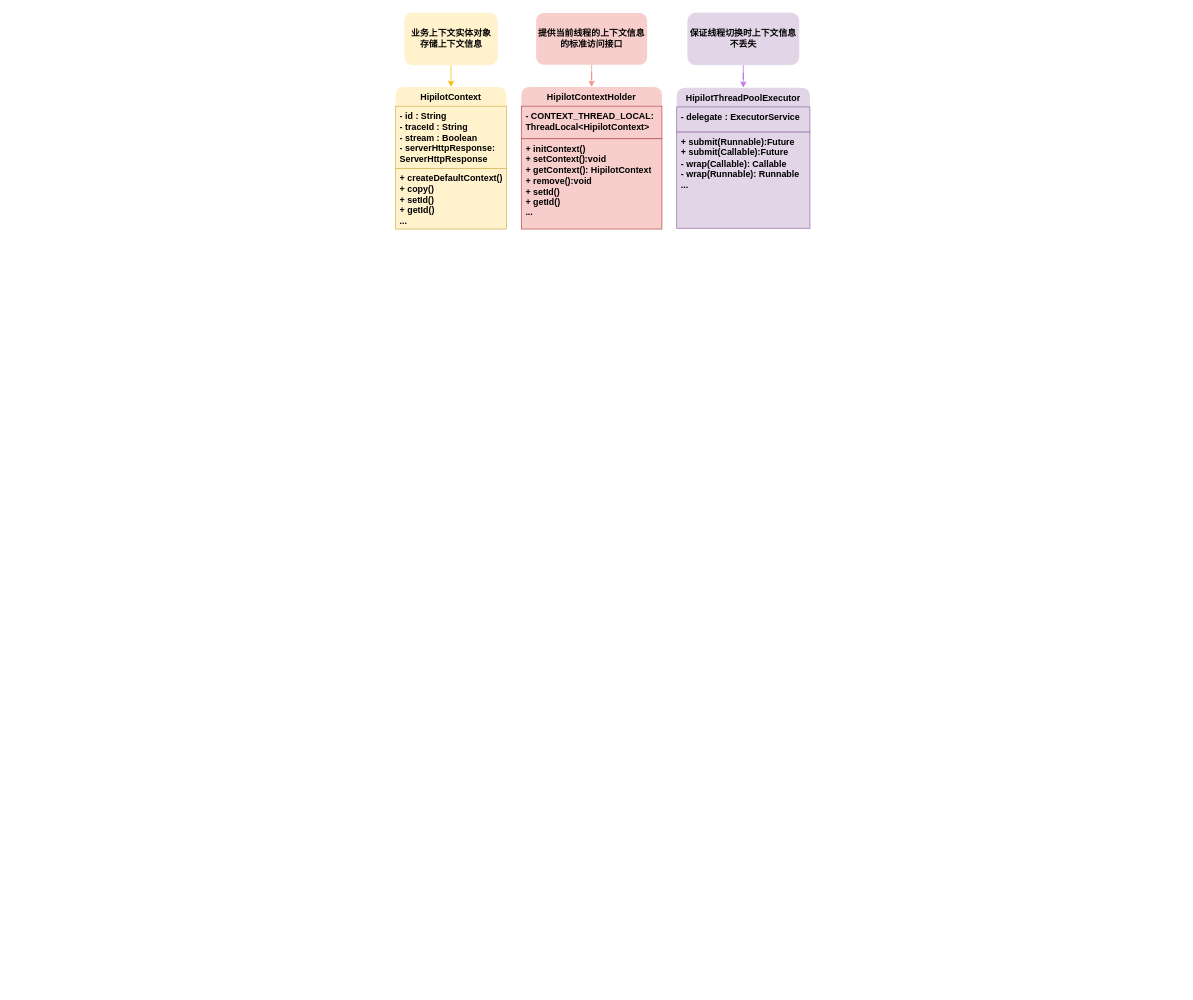
msb8080/my-diagrams keeps this draw.io diagram as aigc-hipilot设计.drawio. Above is the earlier version. Source tidied: cells renumbered, new cells numbered last; positions are measured from the earlier drawing's top-left corner, leaving out a move shared by most shapes. Both pictures are drawn from the tidied source at 74%, with x=0, y=0 at pixel (395, 13).
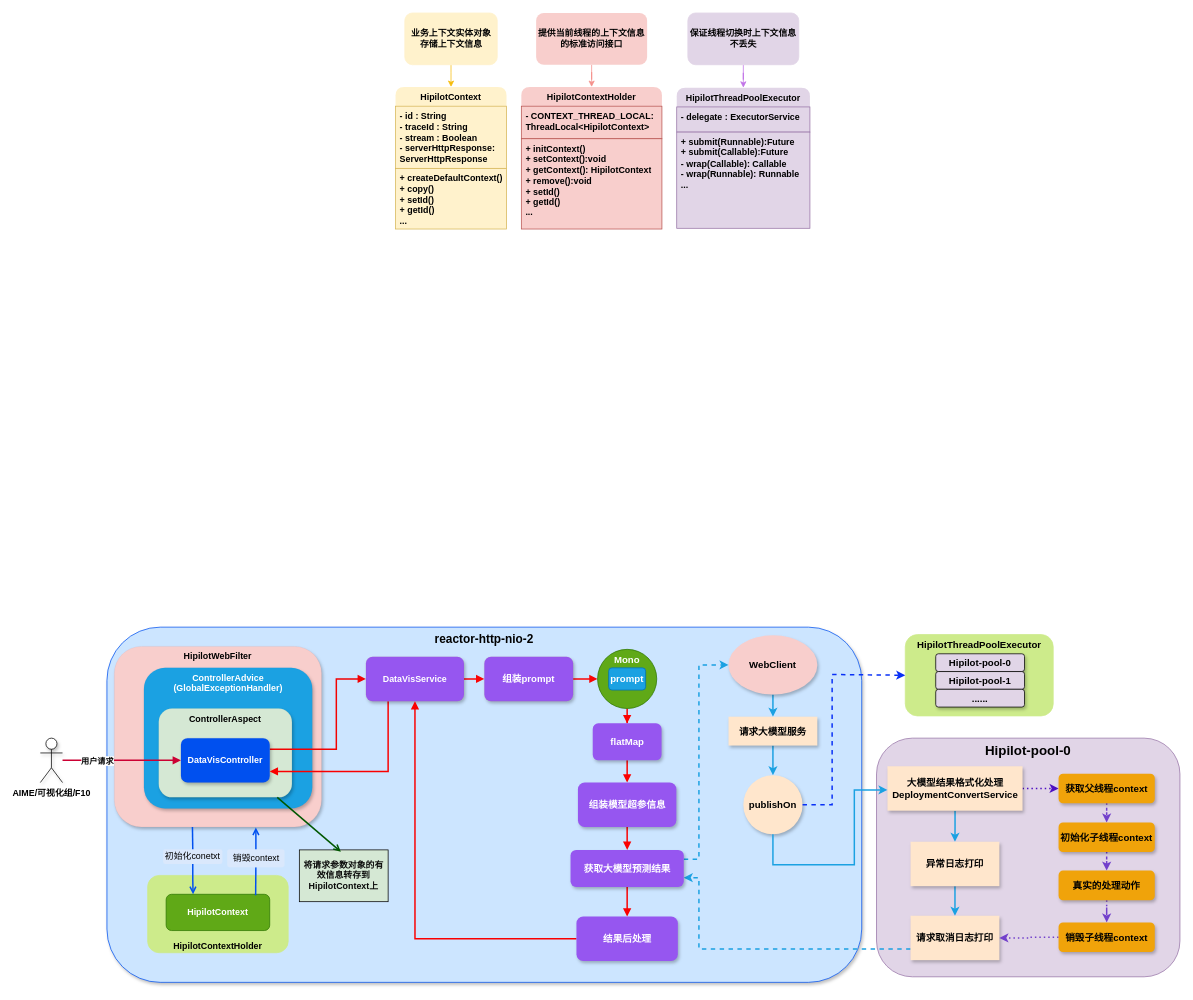
Above is the later version.

Unchanged cells that the change refers to:
```xml
<mxCell id="2" value="HipilotContext" style="swimlane;fontStyle=1;align=center;verticalAlign=top;horizontal=1;startSize=26;whiteSpace=wrap;html=1;fillColor=#fff2cc;strokeColor=none;rounded=1;" parent="1" vertex="1">
  <mxGeometry y="100" width="150" height="192" as="geometry" />
</mxCell>
<mxCell id="8" value="HipilotThreadPoolExecutor" style="swimlane;fontStyle=1;align=center;verticalAlign=top;horizontal=1;startSize=26;whiteSpace=wrap;html=1;fillColor=#e1d5e7;strokeColor=none;rounded=1;swimlaneLine=1;" parent="1" vertex="1">
  <mxGeometry x="380" y="101" width="180" height="190" as="geometry" />
</mxCell>
<mxCell id="12" value="业务上下文实体对象&lt;br&gt;存储上下文信息" style="rounded=1;whiteSpace=wrap;html=1;fillColor=#fff2cc;strokeColor=#fff2cc;shadow=0;fontStyle=1;" parent="1" vertex="1">
  <mxGeometry x="12.5" width="125" height="70" as="geometry" />
</mxCell>
<mxCell id="16" value="保证线程切换时上下文信息不丢失" style="rounded=1;whiteSpace=wrap;html=1;fillColor=#e1d5e7;strokeColor=#e1d5e7;shadow=0;fontStyle=1;" parent="1" vertex="1">
  <mxGeometry x="395" width="150" height="70" as="geometry" />
</mxCell>
```

Change to the diagram source:
```diff
@@
+    <mxCell id="17" value="Hipilot-pool-0" style="rounded=1;whiteSpace=wrap;html=1;verticalAlign=top;align=center;fontSize=18;fontStyle=1;fillColor=#e1d5e7;strokeColor=#9673a6;" parent="1" vertex="1">
+      <mxGeometry x="650" y="980" width="410" height="322.5" as="geometry" />
+    </mxCell>
+    <mxCell id="18" value="reactor-http-nio-2" style="rounded=1;whiteSpace=wrap;html=1;align=center;verticalAlign=top;fontSize=16;fontStyle=1;fillColor=#cce5ff;strokeColor=#0050ef;shadow=1;labelBackgroundColor=#cce5ff;" parent="1" vertex="1">
+      <mxGeometry x="-390" y="830" width="1020" height="480" as="geometry" />
+    </mxCell>
@@
-    <mxCell id="11" style="edgeStyle=orthogonalEdgeStyle;rounded=0;jettySize=auto;html=1;entryX=0.5;entryY=0;entryDx=0;entryDy=0;strokeColor=#f6bb09;" parent="1" edge="1" source="12" target="2">
+    <mxCell id="11" style="edgeStyle=orthogonalEdgeStyle;rounded=0;jettySize=auto;html=1;entryX=0.5;entryY=0;entryDx=0;entryDy=0;strokeColor=#f6bb09;fontStyle=1;" parent="1" edge="1" source="12" target="2">
       <mxGeometry relative="1" as="geometry">
         <Array as="points">
           <mxPoint x="75" y="80" />
           <mxPoint x="75" y="80" />
         </Array>
       </mxGeometry>
     </mxCell>
@@
-    <mxCell id="15" style="edgeStyle=orthogonalEdgeStyle;rounded=0;jettySize=auto;html=1;entryX=0.5;entryY=0;entryDx=0;entryDy=0;strokeColor=#c173e7;" parent="1" edge="1" source="16" target="8">
+    <mxCell id="15" style="edgeStyle=orthogonalEdgeStyle;rounded=0;jettySize=auto;html=1;entryX=0.5;entryY=0;entryDx=0;entryDy=0;strokeColor=#c173e7;fontStyle=1;" parent="1" edge="1" source="16" target="8">
       <mxGeometry relative="1" as="geometry" />
     </mxCell>
@@
+    <mxCell id="19" value="HipilotWebFilter" style="rounded=1;whiteSpace=wrap;html=1;fillColor=#f8cecc;strokeColor=#b85450;verticalAlign=top;strokeWidth=0;dashed=1;fontStyle=1;shadow=1;" parent="1" vertex="1">
+      <mxGeometry x="-380" y="856" width="280" height="244" as="geometry" />
+    </mxCell>
+    <mxCell id="20" value="AIME/可视化组/F10" style="shape=umlActor;verticalLabelPosition=bottom;verticalAlign=top;html=1;outlineConnect=0;fontStyle=1;shadow=1;" parent="1" vertex="1">
+      <mxGeometry x="-480" y="980" width="30" height="60" as="geometry" />
+    </mxCell>
+    <mxCell id="21" value="HipilotContextHolder" style="rounded=1;whiteSpace=wrap;html=1;verticalAlign=bottom;fillColor=#cdeb8b;strokeColor=#cdeb8b;fontStyle=1;" parent="1" vertex="1">
+      <mxGeometry x="-335" y="1165.5" width="190" height="104.5" as="geometry" />
+    </mxCell>
+    <mxCell id="22" value="HipilotContext" style="rounded=1;whiteSpace=wrap;html=1;fillColor=#60a917;strokeColor=#2D7600;fontColor=#ffffff;fontStyle=1;" parent="1" vertex="1">
+      <mxGeometry x="-310" y="1191" width="140" height="49" as="geometry" />
+    </mxCell>
+    <mxCell id="23" value="ControllerAdvice&lt;br&gt;(GlobalExceptionHandler)" style="rounded=1;whiteSpace=wrap;html=1;fillColor=#1ba1e2;strokeColor=#006EAF;verticalAlign=top;strokeWidth=0;dashed=1;fontColor=#ffffff;fontStyle=1;shadow=1;" parent="1" vertex="1">
+      <mxGeometry x="-340" y="885" width="227.5" height="190" as="geometry" />
+    </mxCell>
+    <mxCell id="24" value="ControllerAspect" style="rounded=1;whiteSpace=wrap;html=1;fillColor=#d5e8d4;strokeColor=#82b366;verticalAlign=top;strokeWidth=0;dashed=1;fontStyle=1;shadow=1;" parent="1" vertex="1">
+      <mxGeometry x="-320" y="940" width="180" height="120" as="geometry" />
+    </mxCell>
+    <mxCell id="25" style="edgeStyle=orthogonalEdgeStyle;rounded=0;jettySize=auto;html=1;entryX=0;entryY=0.5;entryDx=0;entryDy=0;strokeColor=#f20202;exitX=1;exitY=0.25;exitDx=0;exitDy=0;strokeWidth=2;endArrow=block;endFill=1;" parent="1" edge="1" source="26" target="31">
+      <mxGeometry relative="1" as="geometry">
+        <Array as="points">
+          <mxPoint x="-80" y="995" />
+          <mxPoint x="-80" y="900" />
+        </Array>
+      </mxGeometry>
+    </mxCell>
+    <mxCell id="26" value="DataVisController" style="rounded=1;whiteSpace=wrap;html=1;fillColor=#0050ef;strokeColor=#001DBC;strokeWidth=0;dashed=1;fontStyle=1;shadow=1;fontColor=#ffffff;" parent="1" vertex="1">
+      <mxGeometry x="-290" y="980" width="120" height="60" as="geometry" />
+    </mxCell>
+    <mxCell id="27" style="edgeStyle=orthogonalEdgeStyle;rounded=0;jettySize=auto;html=1;entryX=0;entryY=0.5;entryDx=0;entryDy=0;strokeColor=#cc0033;fillColor=#6a00ff;fontStyle=1;strokeWidth=2;endArrow=block;endFill=1;" parent="1" edge="1" source="20" target="26">
+      <mxGeometry relative="1" as="geometry" />
+    </mxCell>
+    <mxCell id="28" value="用户请求" style="edgeLabel;html=1;align=center;verticalAlign=middle;fontStyle=1;" parent="27" vertex="1">
+      <mxGeometry x="-0.43" relative="1" as="geometry" />
+    </mxCell>
+    <mxCell id="29" style="edgeStyle=orthogonalEdgeStyle;rounded=0;jettySize=auto;html=1;fontStyle=1;strokeColor=#fa0505;strokeWidth=2;endArrow=block;endFill=1;" parent="1" edge="1" source="31" target="70">
+      <mxGeometry relative="1" as="geometry" />
+    </mxCell>
+    <mxCell id="30" style="edgeStyle=orthogonalEdgeStyle;rounded=0;jettySize=auto;html=1;entryX=1;entryY=0.75;entryDx=0;entryDy=0;strokeColor=#fa0000;strokeWidth=2;endArrow=block;endFill=1;" parent="1" edge="1" source="31" target="26">
+      <mxGeometry relative="1" as="geometry">
+        <Array as="points">
+          <mxPoint x="-10" y="1025" />
+        </Array>
+      </mxGeometry>
+    </mxCell>
+    <mxCell id="31" value="DataVisService" style="rounded=1;whiteSpace=wrap;html=1;fillColor=#9656f0;strokeColor=#BD7000;strokeWidth=0;dashed=1;fontColor=#ffffff;fontStyle=1;shadow=1;" parent="1" vertex="1">
+      <mxGeometry x="-40" y="870" width="132.5" height="60" as="geometry" />
+    </mxCell>
+    <mxCell id="32" style="edgeStyle=orthogonalEdgeStyle;rounded=0;jettySize=auto;html=1;fontStyle=1;strokeColor=#fa0000;strokeWidth=2;endArrow=block;endFill=1;" parent="1" edge="1" source="33" target="61">
+      <mxGeometry relative="1" as="geometry" />
+    </mxCell>
+    <mxCell id="33" value="Mono" style="ellipse;whiteSpace=wrap;html=1;verticalAlign=top;fillColor=#60a917;fontColor=#ffffff;strokeColor=#2D7600;fontStyle=1;fontSize=13;" parent="1" vertex="1">
+      <mxGeometry x="273" y="860" width="80" height="80" as="geometry" />
+    </mxCell>
+    <mxCell id="34" value="prompt" style="rounded=1;whiteSpace=wrap;html=1;fillColor=#1ba1e2;fontColor=#ffffff;strokeColor=#006EAF;fontStyle=1;fontSize=13;" parent="1" vertex="1">
+      <mxGeometry x="288" y="885" width="50" height="30" as="geometry" />
+    </mxCell>
+    <mxCell id="35" style="edgeStyle=orthogonalEdgeStyle;rounded=0;jettySize=auto;html=1;fontStyle=1;strokeWidth=2;strokeColor=#1ba1e2;fontSize=13;" parent="1" edge="1" source="36" target="38">
+      <mxGeometry relative="1" as="geometry" />
+    </mxCell>
+    <mxCell id="36" value="WebClient" style="ellipse;whiteSpace=wrap;html=1;fontStyle=1;fillColor=#f8cecc;strokeColor=none;shadow=1;fontSize=13;" parent="1" vertex="1">
+      <mxGeometry x="450" y="841" width="120" height="80" as="geometry" />
+    </mxCell>
+    <mxCell id="37" style="edgeStyle=orthogonalEdgeStyle;rounded=0;jettySize=auto;html=1;fontStyle=1;strokeWidth=2;strokeColor=#1ba1e2;fontSize=13;" parent="1" edge="1" source="38" target="39">
+      <mxGeometry relative="1" as="geometry" />
+    </mxCell>
+    <mxCell id="38" value="请求大模型服务" style="whiteSpace=wrap;html=1;fontStyle=1;fillColor=#ffe6cc;strokeColor=none;shadow=1;fontSize=13;" parent="1" vertex="1">
+      <mxGeometry x="450" y="951" width="120" height="39" as="geometry" />
+    </mxCell>
+    <mxCell id="39" value="publishOn" style="ellipse;whiteSpace=wrap;html=1;fontStyle=1;fillColor=#ffe6cc;strokeColor=none;shadow=1;fontSize=13;" parent="1" vertex="1">
+      <mxGeometry x="470" y="1030" width="80" height="80" as="geometry" />
+    </mxCell>
+    <mxCell id="40" value="HipilotThreadPoolExecutor" style="rounded=1;whiteSpace=wrap;html=1;verticalAlign=top;fillColor=#cdeb8b;strokeColor=#cdeb8b;fontStyle=1;fontSize=13;" parent="1" vertex="1">
+      <mxGeometry x="688.8" y="840" width="200" height="110" as="geometry" />
+    </mxCell>
+    <mxCell id="41" style="edgeStyle=orthogonalEdgeStyle;rounded=0;jettySize=auto;html=1;dashed=1;fontStyle=1;fontSize=13;strokeColor=#0930f6;exitX=1;exitY=0.5;exitDx=0;exitDy=0;strokeWidth=2;entryX=0;entryY=0.5;entryDx=0;entryDy=0;" parent="1" edge="1" source="39" target="40">
+      <mxGeometry relative="1" as="geometry">
+        <Array as="points">
+          <mxPoint x="590" y="1070" />
+          <mxPoint x="590" y="894" />
+          <mxPoint x="689" y="894" />
+        </Array>
+      </mxGeometry>
+    </mxCell>
+    <mxCell id="42" value="Hipilot-pool-0" style="rounded=1;whiteSpace=wrap;html=1;fillColor=#e1d5e7;strokeColor=default;fontStyle=1;shadow=1;fontSize=13;" parent="1" vertex="1">
+      <mxGeometry x="730" y="866" width="120" height="24" as="geometry" />
+    </mxCell>
+    <mxCell id="43" value="Hipilot-pool-1" style="rounded=1;whiteSpace=wrap;html=1;fillColor=#e1d5e7;strokeColor=default;fontStyle=1;shadow=1;fontSize=13;" parent="1" vertex="1">
+      <mxGeometry x="730" y="890" width="120" height="24" as="geometry" />
+    </mxCell>
+    <mxCell id="44" value="......" style="rounded=1;whiteSpace=wrap;html=1;fillColor=#e1d5e7;strokeColor=default;fontStyle=1;shadow=1;fontSize=13;" parent="1" vertex="1">
+      <mxGeometry x="730" y="914" width="120" height="24" as="geometry" />
+    </mxCell>
+    <mxCell id="45" style="edgeStyle=orthogonalEdgeStyle;rounded=0;jettySize=auto;html=1;fontStyle=1;strokeWidth=2;strokeColor=#1ba1e2;fontSize=13;" parent="1" edge="1" source="47" target="49">
+      <mxGeometry relative="1" as="geometry" />
+    </mxCell>
+    <mxCell id="46" style="edgeStyle=orthogonalEdgeStyle;rounded=0;jettySize=auto;html=1;strokeColor=#4e0fc2;dashed=1;dashPattern=1 2;fontSize=13;strokeWidth=2;" parent="1" edge="1" source="47" target="55">
+      <mxGeometry relative="1" as="geometry" />
+    </mxCell>
+    <mxCell id="47" value="大模型结果格式化处理&lt;br style=&quot;font-size: 13px;&quot;&gt;DeploymentConvertService" style="whiteSpace=wrap;html=1;fontStyle=1;fillColor=#ffe6cc;strokeColor=none;shadow=1;fontSize=13;" parent="1" vertex="1">
+      <mxGeometry x="664.8" y="1018" width="182.5" height="60" as="geometry" />
+    </mxCell>
+    <mxCell id="48" style="edgeStyle=orthogonalEdgeStyle;rounded=0;jettySize=auto;html=1;fontStyle=1;strokeWidth=2;strokeColor=#1ba1e2;fontSize=13;" parent="1" edge="1" source="49" target="51">
+      <mxGeometry relative="1" as="geometry" />
+    </mxCell>
+    <mxCell id="49" value="异常日志打印" style="whiteSpace=wrap;html=1;fontStyle=1;fillColor=#ffe6cc;strokeColor=none;shadow=1;fontSize=13;" parent="1" vertex="1">
+      <mxGeometry x="696" y="1120" width="120" height="60" as="geometry" />
+    </mxCell>
+    <mxCell id="50" style="edgeStyle=orthogonalEdgeStyle;rounded=0;jettySize=auto;html=1;entryX=1;entryY=0.75;entryDx=0;entryDy=0;dashed=1;fontStyle=1;strokeWidth=2;strokeColor=#1ba1e2;" parent="1" edge="1" source="51" target="66">
+      <mxGeometry relative="1" as="geometry">
+        <Array as="points">
+          <mxPoint x="410" y="1265" />
+          <mxPoint x="410" y="1169" />
+        </Array>
+      </mxGeometry>
+    </mxCell>
+    <mxCell id="51" value="请求取消日志打印" style="whiteSpace=wrap;html=1;fontStyle=1;fillColor=#ffe6cc;strokeColor=none;shadow=1;fontSize=13;" parent="1" vertex="1">
+      <mxGeometry x="696" y="1220" width="120" height="60" as="geometry" />
+    </mxCell>
+    <mxCell id="52" style="edgeStyle=orthogonalEdgeStyle;rounded=0;jettySize=auto;html=1;fontStyle=1;strokeColor=#7240cb;dashed=1;dashPattern=1 2;fontSize=13;strokeWidth=2;" parent="1" edge="1" source="53" target="59">
+      <mxGeometry relative="1" as="geometry" />
+    </mxCell>
+    <mxCell id="53" value="真实的处理动作" style="rounded=1;whiteSpace=wrap;html=1;fontStyle=1;fillColor=#f0a30a;fontColor=#000000;strokeColor=none;shadow=1;fontSize=13;" parent="1" vertex="1">
+      <mxGeometry x="896" y="1159" width="130" height="40" as="geometry" />
+    </mxCell>
+    <mxCell id="54" style="edgeStyle=orthogonalEdgeStyle;rounded=0;jettySize=auto;html=1;fontStyle=1;strokeColor=#7240cb;dashed=1;dashPattern=1 2;fontSize=13;strokeWidth=2;" parent="1" edge="1" source="55" target="57">
+      <mxGeometry relative="1" as="geometry" />
+    </mxCell>
+    <mxCell id="55" value="获取父线程context" style="rounded=1;whiteSpace=wrap;html=1;fontStyle=1;fillColor=#f0a30a;strokeColor=none;fontColor=#000000;shadow=1;fontSize=13;" parent="1" vertex="1">
+      <mxGeometry x="896" y="1028" width="130" height="40" as="geometry" />
+    </mxCell>
+    <mxCell id="56" style="edgeStyle=orthogonalEdgeStyle;rounded=0;jettySize=auto;html=1;fontStyle=1;strokeColor=#7240cb;dashed=1;dashPattern=1 2;fontSize=13;strokeWidth=2;" parent="1" edge="1" source="57" target="53">
+      <mxGeometry relative="1" as="geometry" />
+    </mxCell>
+    <mxCell id="57" value="初始化子线程context" style="rounded=1;whiteSpace=wrap;html=1;fontStyle=1;fillColor=#f0a30a;fontColor=#000000;strokeColor=none;shadow=1;fontSize=13;" parent="1" vertex="1">
+      <mxGeometry x="896" y="1094" width="130" height="40" as="geometry" />
+    </mxCell>
+    <mxCell id="58" style="edgeStyle=orthogonalEdgeStyle;rounded=0;jettySize=auto;html=1;strokeColor=#7240cb;dashed=1;dashPattern=1 2;fontSize=13;strokeWidth=2;" parent="1" edge="1" source="59" target="51">
+      <mxGeometry relative="1" as="geometry" />
+    </mxCell>
+    <mxCell id="59" value="销毁子线程context" style="whiteSpace=wrap;html=1;rounded=1;fontStyle=1;fillColor=#f0a30a;fontColor=#000000;strokeColor=none;shadow=1;fontSize=13;" parent="1" vertex="1">
+      <mxGeometry x="896" y="1229" width="130" height="40" as="geometry" />
+    </mxCell>
+    <mxCell id="60" style="edgeStyle=orthogonalEdgeStyle;rounded=0;jettySize=auto;html=1;fontStyle=1;strokeColor=#fa0000;strokeWidth=2;endArrow=block;endFill=1;" parent="1" edge="1" source="61" target="63">
+      <mxGeometry relative="1" as="geometry" />
+    </mxCell>
+    <mxCell id="61" value="flatMap" style="rounded=1;whiteSpace=wrap;html=1;shadow=1;fillColor=#9656f0;fontColor=#ffffff;strokeColor=none;fontStyle=1;fontSize=13;" parent="1" vertex="1">
+      <mxGeometry x="266.5" y="960" width="93" height="50" as="geometry" />
+    </mxCell>
+    <mxCell id="62" style="edgeStyle=orthogonalEdgeStyle;rounded=0;jettySize=auto;html=1;fontStyle=1;strokeColor=#fa0000;strokeWidth=2;endArrow=block;endFill=1;" parent="1" edge="1" source="63" target="66">
+      <mxGeometry relative="1" as="geometry" />
+    </mxCell>
+    <mxCell id="63" value="组装模型超参信息" style="whiteSpace=wrap;html=1;rounded=1;fontStyle=1;fillColor=#9656f0;fontColor=#ffffff;strokeColor=none;shadow=1;fontSize=13;" parent="1" vertex="1">
+      <mxGeometry x="246.5" y="1040" width="133" height="60" as="geometry" />
+    </mxCell>
+    <mxCell id="64" style="edgeStyle=orthogonalEdgeStyle;rounded=0;jettySize=auto;html=1;fontStyle=1;strokeColor=#fa0000;strokeWidth=2;endArrow=block;endFill=1;" parent="1" edge="1" source="66" target="68">
+      <mxGeometry relative="1" as="geometry" />
+    </mxCell>
+    <mxCell id="65" style="edgeStyle=orthogonalEdgeStyle;rounded=0;jettySize=auto;html=1;entryX=0;entryY=0.5;entryDx=0;entryDy=0;dashed=1;fontStyle=1;strokeWidth=2;strokeColor=#1ba1e2;exitX=1;exitY=0.25;exitDx=0;exitDy=0;" parent="1" edge="1" source="66" target="36">
+      <mxGeometry relative="1" as="geometry">
+        <Array as="points">
+          <mxPoint x="410" y="1144" />
+          <mxPoint x="410" y="881" />
+        </Array>
+      </mxGeometry>
+    </mxCell>
+    <mxCell id="66" value="获取大模型预测结果" style="whiteSpace=wrap;html=1;rounded=1;fontStyle=1;fillColor=#9656f0;fontColor=#ffffff;strokeColor=none;shadow=1;fontSize=13;" parent="1" vertex="1">
+      <mxGeometry x="236.5" y="1131" width="153" height="50" as="geometry" />
+    </mxCell>
+    <mxCell id="67" style="edgeStyle=orthogonalEdgeStyle;rounded=0;jettySize=auto;html=1;entryX=0.5;entryY=1;entryDx=0;entryDy=0;fontStyle=1;strokeColor=#fa0000;strokeWidth=2;endArrow=block;endFill=1;" parent="1" edge="1" source="68" target="31">
+      <mxGeometry relative="1" as="geometry" />
+    </mxCell>
+    <mxCell id="68" value="结果后处理" style="whiteSpace=wrap;html=1;rounded=1;fontStyle=1;fillColor=#9656f0;fontColor=#ffffff;strokeColor=none;shadow=1;fontSize=13;" parent="1" vertex="1">
+      <mxGeometry x="244.5" y="1221" width="137" height="60" as="geometry" />
+    </mxCell>
+    <mxCell id="69" style="edgeStyle=orthogonalEdgeStyle;rounded=0;jettySize=auto;html=1;entryX=0;entryY=0.5;entryDx=0;entryDy=0;fontStyle=1;strokeColor=#fa0505;strokeWidth=2;endArrow=block;endFill=1;" parent="1" edge="1" source="70" target="33">
+      <mxGeometry relative="1" as="geometry" />
+    </mxCell>
+    <mxCell id="70" value="组装prompt" style="whiteSpace=wrap;html=1;fillColor=#9656f0;strokeColor=#BD7000;fontColor=#ffffff;rounded=1;strokeWidth=0;dashed=1;fontStyle=1;shadow=1;fontSize=13;" parent="1" vertex="1">
+      <mxGeometry x="120" y="870" width="120" height="60" as="geometry" />
+    </mxCell>
+    <mxCell id="71" style="endArrow=none;html=1;rounded=0;exitX=0.864;exitY=0.024;exitDx=0;exitDy=0;exitPerimeter=0;entryX=0.5;entryY=1;entryDx=0;entryDy=0;endFill=0;strokeWidth=2;strokeColor=#0050ef;" parent="1" edge="1" source="22" target="74">
+      <mxGeometry relative="1" as="geometry" />
+    </mxCell>
+    <mxCell id="72" style="edgeStyle=orthogonalEdgeStyle;rounded=0;jettySize=auto;html=1;entryX=0.26;entryY=-0.002;entryDx=0;entryDy=0;entryPerimeter=0;strokeWidth=2;strokeColor=#0050ef;endArrow=open;endFill=0;" parent="1" edge="1" source="73" target="22">
+      <mxGeometry relative="1" as="geometry" />
+    </mxCell>
+    <mxCell id="73" value="初始化conetxt" style="rounded=1;whiteSpace=wrap;html=1;strokeColor=none;fillColor=#dae8fc;" parent="1" vertex="1">
+      <mxGeometry x="-314" y="1130" width="80" height="20" as="geometry" />
+    </mxCell>
+    <mxCell id="74" value="销毁context" style="rounded=1;whiteSpace=wrap;html=1;strokeColor=none;fillColor=#dae8fc;" parent="1" vertex="1">
+      <mxGeometry x="-227.5" y="1130" width="77.5" height="24.5" as="geometry" />
+    </mxCell>
+    <mxCell id="75" style="endArrow=none;html=1;rounded=0;exitX=0.377;exitY=1;exitDx=0;exitDy=0;exitPerimeter=0;entryX=0.5;entryY=0;entryDx=0;entryDy=0;endFill=0;strokeWidth=2;strokeColor=#0050ef;" parent="1" edge="1" source="19" target="73">
+      <mxGeometry relative="1" as="geometry" />
+    </mxCell>
+    <mxCell id="76" style="edgeStyle=orthogonalEdgeStyle;rounded=0;jettySize=auto;html=1;entryX=0.683;entryY=1.003;entryDx=0;entryDy=0;entryPerimeter=0;strokeWidth=2;strokeColor=#0050ef;endArrow=open;endFill=0;" parent="1" edge="1" source="74" target="19">
+      <mxGeometry relative="1" as="geometry" />
+    </mxCell>
+    <mxCell id="77" value="将请求参数对象的有效信息转存到HipilotContext上" style="rounded=0;whiteSpace=wrap;html=1;fillColor=#d5e8d4;strokeColor=default;fontColor=#0a0a0a;fontStyle=1;" parent="1" vertex="1">
+      <mxGeometry x="-130" y="1131" width="120" height="70" as="geometry" />
+    </mxCell>
+    <mxCell id="78" style="endArrow=open;html=1;rounded=0;entryX=0.468;entryY=0.036;entryDx=0;entryDy=0;entryPerimeter=0;strokeWidth=2;strokeColor=#005700;endFill=0;fillColor=#008a00;" parent="1" edge="1" source="24" target="77">
+      <mxGeometry relative="1" as="geometry" />
+    </mxCell>
+    <mxCell id="79" style="edgeStyle=orthogonalEdgeStyle;rounded=0;jettySize=auto;html=1;fontStyle=1;strokeWidth=2;strokeColor=#1ba1e2;fontSize=13;exitX=0.5;exitY=1;exitDx=0;exitDy=0;" parent="1" edge="1" source="39" target="47">
+      <mxGeometry relative="1" as="geometry">
+        <Array as="points">
+          <mxPoint x="510" y="1151" />
+          <mxPoint x="620" y="1151" />
+          <mxPoint x="620" y="1050" />
+        </Array>
+      </mxGeometry>
+    </mxCell>
```
